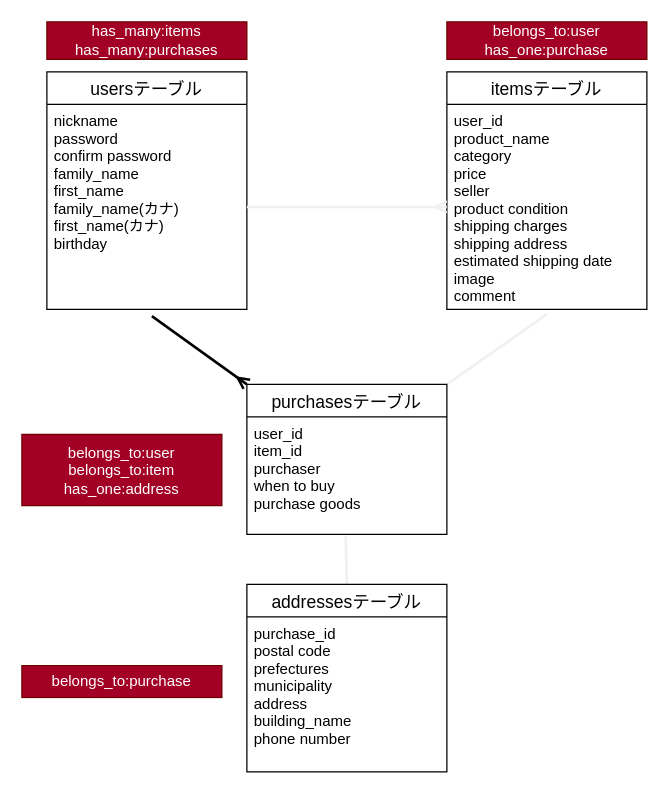
The draw.io diagram table.dio in zaemn0612/furima-29080, before the edit. Source tidied: cells renumbered, new cells numbered last; positions are measured from the earlier drawing's top-left corner, leaving out a move shared by most shapes. Both pictures are drawn from the tidied source at 125%, with x=0, y=0 at pixel (21, 21).
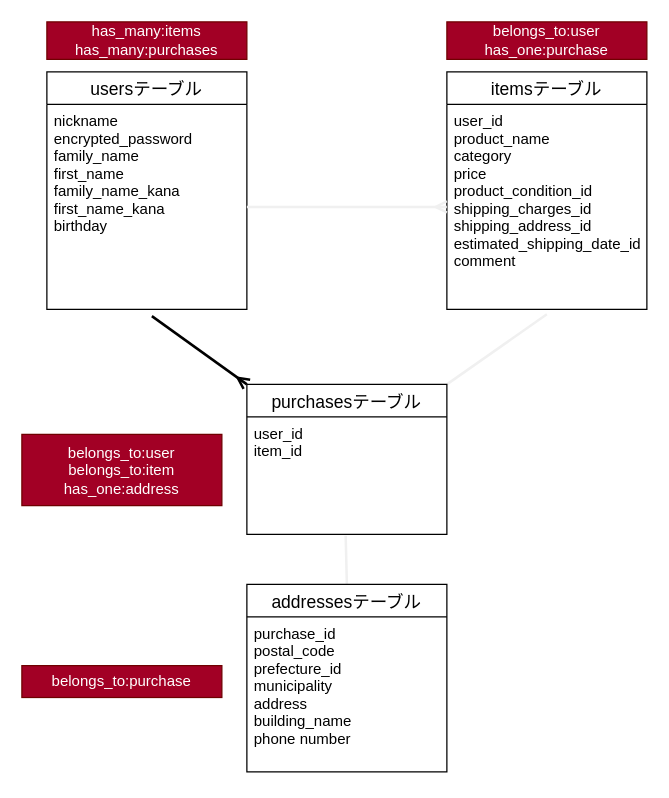
The same page after the edit.

Commit message (it also covers changes not shown here):
ER図の作成/REDMEの修正②

Diff of the diagram source:
```diff
@@
 <mxGraphModel>
   <root>
     <mxCell id="0" />
     <mxCell id="1" parent="0" />
     <mxCell id="2" style="edgeStyle=none;rounded=0;jettySize=auto;html=1;entryX=0.5;entryY=0;entryDx=0;entryDy=0;endArrow=none;endFill=0;strokeColor=#f0f0f0;strokeWidth=2;exitX=0.494;exitY=1.011;exitDx=0;exitDy=0;exitPerimeter=0;" parent="1" edge="1" source="15" target="16">
       <mxGeometry relative="1" as="geometry" />
     </mxCell>
     <mxCell id="3" style="edgeStyle=none;rounded=0;jettySize=auto;html=1;exitX=1;exitY=0;exitDx=0;exitDy=0;entryX=0.5;entryY=1.024;entryDx=0;entryDy=0;entryPerimeter=0;endArrow=none;endFill=0;strokeColor=#f0f0f0;strokeWidth=2;" parent="1" edge="1" source="14" target="12">
       <mxGeometry relative="1" as="geometry" />
     </mxCell>
     <mxCell id="4" style="edgeStyle=none;rounded=0;jettySize=auto;html=1;exitX=0.525;exitY=1.033;exitDx=0;exitDy=0;entryX=0;entryY=0;entryDx=0;entryDy=0;endArrow=ERmany;endFill=0;exitPerimeter=0;strokeWidth=2;" parent="1" edge="1" source="10" target="14">
       <mxGeometry relative="1" as="geometry" />
     </mxCell>
     <mxCell id="5" value="has_many:items&lt;br&gt;has_many:purchases" style="whiteSpace=wrap;html=1;align=center;fillColor=#a20025;strokeColor=#6F0000;fontColor=#ffffff;" parent="1" vertex="1">
       <mxGeometry x="20" width="160" height="30" as="geometry" />
     </mxCell>
     <mxCell id="6" value="belongs_to:user&lt;br&gt;has_one:purchase" style="whiteSpace=wrap;html=1;align=center;fillColor=#a20025;strokeColor=#6F0000;fontColor=#ffffff;" parent="1" vertex="1">
       <mxGeometry x="340" width="160" height="30" as="geometry" />
     </mxCell>
     <mxCell id="7" value="belongs_to:user&lt;br&gt;belongs_to:item&lt;br&gt;has_one:address" style="whiteSpace=wrap;html=1;align=center;fillColor=#a20025;strokeColor=#6F0000;fontColor=#ffffff;" parent="1" vertex="1">
       <mxGeometry y="330" width="160" height="57" as="geometry" />
     </mxCell>
     <mxCell id="8" value="belongs_to:purchase" style="whiteSpace=wrap;html=1;align=center;fillColor=#a20025;strokeColor=#6F0000;fontColor=#ffffff;" parent="1" vertex="1">
       <mxGeometry y="515" width="160" height="25.5" as="geometry" />
     </mxCell>
     <mxCell id="9" value="usersテーブル" style="swimlane;fontStyle=0;horizontal=1;startSize=26;align=center;fontSize=14;" parent="1" vertex="1">
       <mxGeometry x="20" y="40" width="160" height="190" as="geometry" />
     </mxCell>
-    <mxCell id="10" value="nickname&#10;password&#10;confirm password&#10;family_name&#10;first_name&#10;family_name(カナ)&#10;first_name(カナ)&#10;birthday&#10;" style="text;strokeColor=none;fillColor=none;spacingLeft=4;spacingRight=4;overflow=hidden;points=[[0,0.5],[1,0.5]];portConstraint=eastwest;fontSize=12;" parent="9" vertex="1">
+    <mxCell id="10" value="nickname&#10;encrypted_password&#10;family_name&#10;first_name&#10;family_name_kana&#10;first_name_kana&#10;birthday&#10;" style="text;strokeColor=none;fillColor=none;spacingLeft=4;spacingRight=4;overflow=hidden;points=[[0,0.5],[1,0.5]];portConstraint=eastwest;fontSize=12;" parent="9" vertex="1">
       <mxGeometry y="26" width="160" height="164" as="geometry" />
     </mxCell>
     <mxCell id="11" value="itemsテーブル" style="swimlane;fontStyle=0;horizontal=1;startSize=26;align=center;fontSize=14;" parent="1" vertex="1">
       <mxGeometry x="340" y="40" width="160" height="190" as="geometry" />
     </mxCell>
-    <mxCell id="12" value="user_id&#10;product_name&#10;category&#10;price&#10;seller&#10;product condition&#10;shipping charges&#10;shipping address&#10;estimated shipping date&#10;image&#10;comment" style="text;strokeColor=none;fillColor=none;spacingLeft=4;spacingRight=4;overflow=hidden;points=[[0,0.5],[1,0.5]];portConstraint=eastwest;fontSize=12;" parent="11" vertex="1">
+    <mxCell id="12" value="user_id&#10;product_name&#10;category&#10;price&#10;product_condition_id&#10;shipping_charges_id&#10;shipping_address_id&#10;estimated_shipping_date_id&#10;comment" style="text;strokeColor=none;fillColor=none;spacingLeft=4;spacingRight=4;overflow=hidden;points=[[0,0.5],[1,0.5]];portConstraint=eastwest;fontSize=12;" parent="11" vertex="1">
       <mxGeometry y="26" width="160" height="164" as="geometry" />
     </mxCell>
     <mxCell id="13" style="edgeStyle=none;rounded=0;jettySize=auto;html=1;exitX=1;exitY=0.5;exitDx=0;exitDy=0;entryX=0;entryY=0.5;entryDx=0;entryDy=0;endArrow=ERmany;endFill=0;strokeColor=#f0f0f0;strokeWidth=2;" parent="1" edge="1" source="10" target="12">
       <mxGeometry relative="1" as="geometry" />
     </mxCell>
     <mxCell id="14" value="purchasesテーブル" style="swimlane;fontStyle=0;horizontal=1;startSize=26;align=center;fontSize=14;" parent="1" vertex="1">
       <mxGeometry x="180" y="290" width="160" height="120" as="geometry" />
     </mxCell>
-    <mxCell id="15" value="user_id&#10;item_id&#10;purchaser&#10;when to buy&#10;purchase goods" style="text;strokeColor=none;fillColor=none;spacingLeft=4;spacingRight=4;overflow=hidden;points=[[0,0.5],[1,0.5]];portConstraint=eastwest;fontSize=12;" parent="14" vertex="1">
+    <mxCell id="15" value="user_id&#10;item_id" style="text;strokeColor=none;fillColor=none;spacingLeft=4;spacingRight=4;overflow=hidden;points=[[0,0.5],[1,0.5]];portConstraint=eastwest;fontSize=12;" parent="14" vertex="1">
       <mxGeometry y="26" width="160" height="94" as="geometry" />
     </mxCell>
     <mxCell id="16" value="addressesテーブル" style="swimlane;fontStyle=0;horizontal=1;startSize=26;align=center;fontSize=14;" parent="1" vertex="1">
       <mxGeometry x="180" y="450" width="160" height="150" as="geometry" />
     </mxCell>
-    <mxCell id="17" value="purchase_id&#10;postal code&#10;prefectures&#10;municipality&#10;address&#10;building_name&#10;phone number" style="text;strokeColor=none;fillColor=none;spacingLeft=4;spacingRight=4;overflow=hidden;fontSize=12;" parent="16" vertex="1">
+    <mxCell id="17" value="purchase_id&#10;postal_code&#10;prefecture_id&#10;municipality&#10;address&#10;building_name&#10;phone number" style="text;strokeColor=none;fillColor=none;spacingLeft=4;spacingRight=4;overflow=hidden;fontSize=12;" parent="16" vertex="1">
       <mxGeometry y="26" width="160" height="124" as="geometry" />
     </mxCell>
   </root>
 </mxGraphModel>
```
